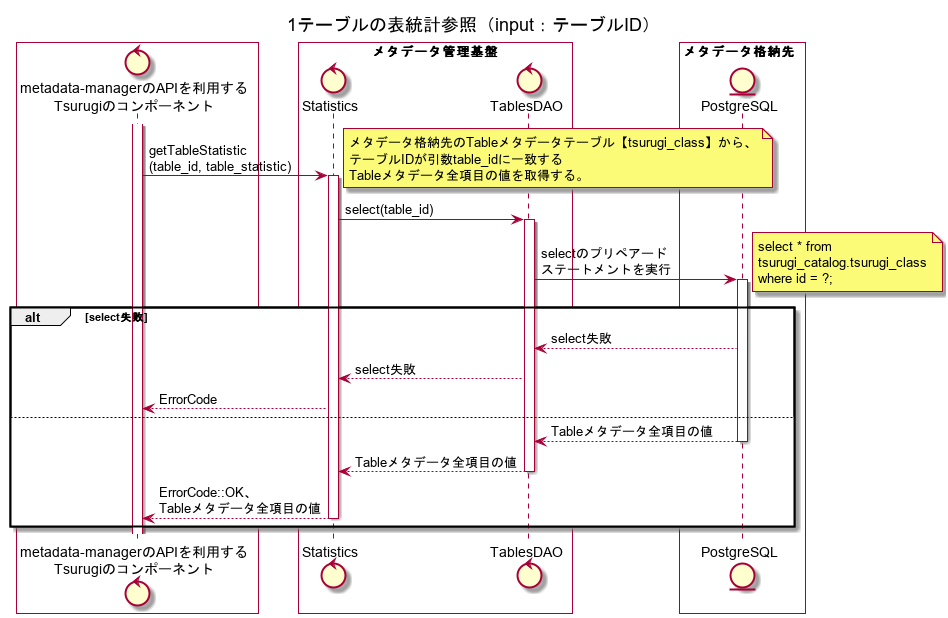
The PlantUML diagram metadata-manager/docs/statistic/02.FD/out/uml/SequenceDiagram_detail/1テーブルの表統計参照（input：テーブルID）.png in project-tsurugi/metadata-manager, before a commit. Its diagram source:
```plantuml
@startuml
title 1テーブルの表統計参照（input：テーブルID）

box #White
control "metadata-managerのAPIを利用する\nTsurugiのコンポーネント" as ogawayama
end box
box "メタデータ管理基盤" #White
control "Statistics" as Statistics
control "TablesDAO" as TablesDAO
end box
box メタデータ格納先  #White
entity "PostgreSQL" as metadata_storage
end box

activate ogawayama
ogawayama -> Statistics : getTableStatistic\n(table_id, table_statistic)
activate Statistics
note right
メタデータ格納先のTableメタデータテーブル【tsurugi_class】から、
テーブルIDが引数table_idに一致する
Tableメタデータ全項目の値を取得する。
end note
Statistics -> TablesDAO : select(table_id)
activate TablesDAO
TablesDAO -> metadata_storage : selectのプリペアード\nステートメントを実行
note right
select * from
tsurugi_catalog.tsurugi_class
where id = ?;
end note
activate metadata_storage
alt select失敗
TablesDAO <-- metadata_storage : select失敗
Statistics <-- TablesDAO : select失敗
ogawayama <-- Statistics : ErrorCode
else
TablesDAO <-- metadata_storage : Tableメタデータ全項目の値
deactivate metadata_storage
Statistics <-- TablesDAO : Tableメタデータ全項目の値
deactivate TablesDAO
ogawayama <-- Statistics : ErrorCode::OK、\nTableメタデータ全項目の値
deactivate Statistics
end
@enduml
```
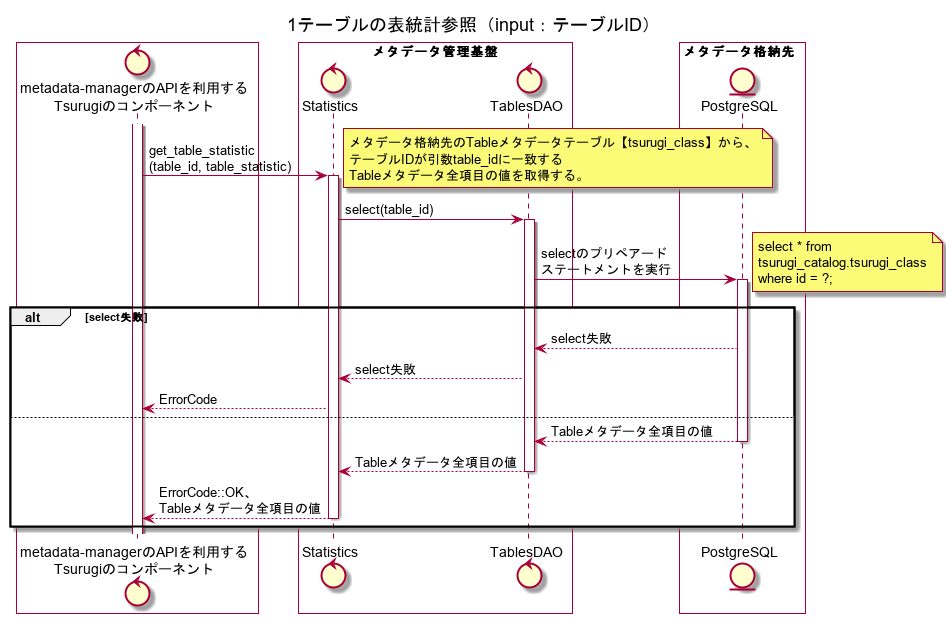
Later version of the same file.

Diff of the diagram source:
```diff
@@ -13,7 +13,7 @@
 end box
 
 activate ogawayama
-ogawayama -> Statistics : getTableStatistic\n(table_id, table_statistic)
+ogawayama -> Statistics : get_table_statistic\n(table_id, table_statistic)
 activate Statistics
 note right
 メタデータ格納先のTableメタデータテーブル【tsurugi_class】から、
```
